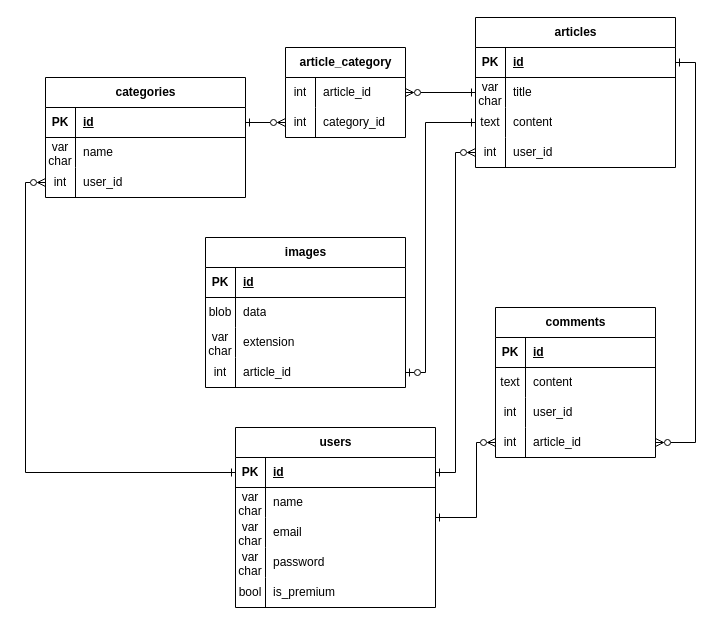
This is weblog-database.drawio from LeggyBoiTim/laravel-weblog, a draw.io file, before an edit. Source tidied: cells renumbered, new cells numbered last; positions are measured from the earlier drawing's top-left corner, leaving out a move shared by most shapes. Both pictures are drawn from the tidied source at 100%, with x=0, y=0 at pixel (25, 17).
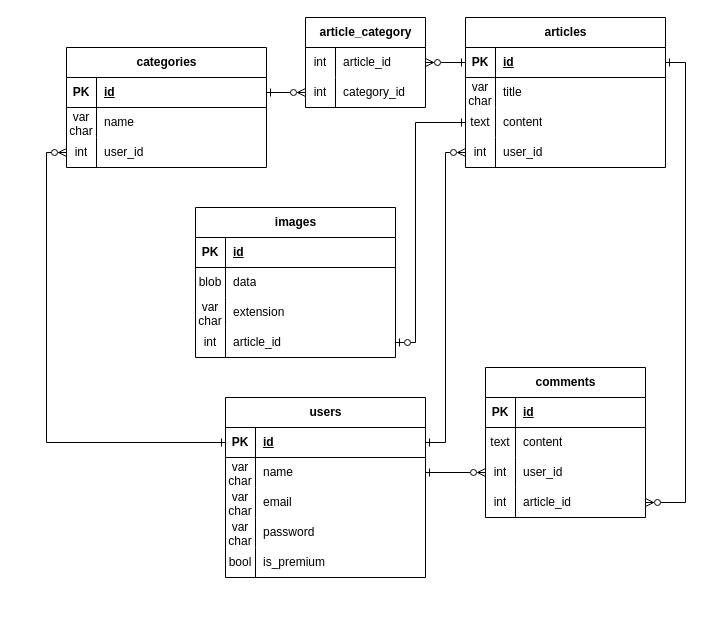
After the change.

The change refers to these unchanged cells:
```xml
<mxCell id="3" style="shape=tableRow;horizontal=0;startSize=0;swimlaneHead=0;swimlaneBody=0;fillColor=none;points=[[0,0.5],[1,0.5]];portConstraint=eastwest;top=0;left=0;right=0;bottom=1;" parent="2" vertex="1">
  <mxGeometry y="30" width="200" height="30" as="geometry" />
</mxCell>
<mxCell id="6" style="shape=tableRow;horizontal=0;startSize=0;swimlaneHead=0;swimlaneBody=0;fillColor=none;points=[[0,0.5],[1,0.5]];portConstraint=eastwest;top=0;left=0;right=0;bottom=0;" parent="2" vertex="1">
  <mxGeometry y="60" width="200" height="30" as="geometry" />
</mxCell>
<mxCell id="19" style="shape=tableRow;horizontal=0;startSize=0;swimlaneHead=0;swimlaneBody=0;fillColor=none;points=[[0,0.5],[1,0.5]];portConstraint=eastwest;top=0;left=0;right=0;bottom=1;" parent="18" vertex="1">
  <mxGeometry y="30" width="200" height="30" as="geometry" />
</mxCell>
<mxCell id="25" style="shape=tableRow;horizontal=0;startSize=0;swimlaneHead=0;swimlaneBody=0;fillColor=none;points=[[0,0.5],[1,0.5]];portConstraint=eastwest;top=0;left=0;right=0;bottom=0;" parent="18" vertex="1">
  <mxGeometry y="90" width="200" height="30" as="geometry" />
</mxCell>
<mxCell id="28" style="shape=tableRow;horizontal=0;startSize=0;swimlaneHead=0;swimlaneBody=0;fillColor=none;points=[[0,0.5],[1,0.5]];portConstraint=eastwest;top=0;left=0;right=0;bottom=0;" parent="18" vertex="1">
  <mxGeometry y="120" width="200" height="30" as="geometry" />
</mxCell>
<mxCell id="38" style="shape=tableRow;horizontal=0;startSize=0;swimlaneHead=0;swimlaneBody=0;fillColor=none;points=[[0,0.5],[1,0.5]];portConstraint=eastwest;top=0;left=0;right=0;bottom=0;" parent="31" vertex="1">
  <mxGeometry y="90" width="200" height="30" as="geometry" />
</mxCell>
<mxCell id="48" style="shape=tableRow;horizontal=0;startSize=0;swimlaneHead=0;swimlaneBody=0;fillColor=none;points=[[0,0.5],[1,0.5]];portConstraint=eastwest;top=0;left=0;right=0;bottom=0;" parent="41" vertex="1">
  <mxGeometry y="90" width="160" height="30" as="geometry" />
</mxCell>
<mxCell id="51" style="shape=tableRow;horizontal=0;startSize=0;swimlaneHead=0;swimlaneBody=0;fillColor=none;points=[[0,0.5],[1,0.5]];portConstraint=eastwest;top=0;left=0;right=0;bottom=0;" parent="41" vertex="1">
  <mxGeometry y="120" width="160" height="30" as="geometry" />
</mxCell>
<mxCell id="57" style="shape=tableRow;horizontal=0;startSize=0;swimlaneHead=0;swimlaneBody=0;fillColor=none;points=[[0,0.5],[1,0.5]];portConstraint=eastwest;top=0;left=0;right=0;bottom=0;" parent="56" vertex="1">
  <mxGeometry y="30" width="120" height="30" as="geometry" />
</mxCell>
<mxCell id="77" style="shape=tableRow;horizontal=0;startSize=0;swimlaneHead=0;swimlaneBody=0;fillColor=none;points=[[0,0.5],[1,0.5]];portConstraint=eastwest;top=0;left=0;right=0;bottom=0;" parent="67" vertex="1">
  <mxGeometry y="120" width="200" height="30" as="geometry" />
</mxCell>
```

The edit, as a diff of the source:
```diff
@@
     <mxCell id="2" value="users" style="shape=table;startSize=30;childLayout=tableLayout;rowLines=0;fontStyle=1;align=center;html=1;" parent="1" vertex="1">
-      <mxGeometry x="210" y="410" width="200" height="180" as="geometry" />
+      <mxGeometry x="200" y="380" width="200" height="180" as="geometry" />
     </mxCell>
@@
     <mxCell id="18" value="articles" style="shape=table;startSize=30;childLayout=tableLayout;rowLines=0;fontStyle=1;align=center;html=1;" parent="1" vertex="1">
-      <mxGeometry x="450" width="200" height="150" as="geometry" />
+      <mxGeometry x="440" width="200" height="150" as="geometry" />
     </mxCell>
@@
     <mxCell id="31" value="categories" style="shape=table;startSize=30;childLayout=tableLayout;rowLines=0;fontStyle=1;align=center;html=1;" parent="1" vertex="1">
-      <mxGeometry x="20" y="60" width="200" height="120" as="geometry" />
+      <mxGeometry x="41" y="30" width="200" height="120" as="geometry" />
     </mxCell>
@@
     <mxCell id="41" value="comments" style="shape=table;startSize=30;childLayout=tableLayout;rowLines=0;fontStyle=1;align=center;html=1;" parent="1" vertex="1">
-      <mxGeometry x="470" y="290" width="160" height="150" as="geometry" />
+      <mxGeometry x="460" y="350" width="160" height="150" as="geometry" />
     </mxCell>
@@
     <mxCell id="54" style="edgeStyle=orthogonalEdgeStyle;rounded=0;jettySize=auto;html=1;endArrow=ERzeroToMany;endFill=0;startArrow=ERone;startFill=0;exitX=1;exitY=0.5;exitDx=0;exitDy=0;" parent="1" edge="1" source="3" target="28">
       <mxGeometry relative="1" as="geometry">
         <Array as="points">
-          <mxPoint x="430" y="455" />
-          <mxPoint x="430" y="135" />
+          <mxPoint x="420" y="425" />
+          <mxPoint x="420" y="135" />
         </Array>
       </mxGeometry>
     </mxCell>
     <mxCell id="55" style="edgeStyle=orthogonalEdgeStyle;rounded=0;jettySize=auto;html=1;endArrow=ERzeroToMany;endFill=0;startArrow=ERone;startFill=0;entryX=0;entryY=0.5;entryDx=0;entryDy=0;exitX=0;exitY=0.5;exitDx=0;exitDy=0;" parent="1" edge="1" source="3" target="38">
       <mxGeometry relative="1" as="geometry">
         <Array as="points">
-          <mxPoint y="455" />
-          <mxPoint y="165" />
+          <mxPoint x="21" y="425" />
+          <mxPoint x="21" y="135" />
         </Array>
       </mxGeometry>
     </mxCell>
     <mxCell id="56" value="article_category" style="shape=table;startSize=30;childLayout=tableLayout;rowLines=0;fontStyle=1;align=center;html=1;" parent="1" vertex="1">
-      <mxGeometry x="260" y="30" width="120" height="90" as="geometry" />
+      <mxGeometry x="280" width="120" height="90" as="geometry" />
     </mxCell>
@@
-    <mxCell id="64" style="edgeStyle=orthogonalEdgeStyle;rounded=0;jettySize=auto;html=1;endArrow=ERzeroToMany;endFill=0;startArrow=ERone;startFill=0;" parent="1" edge="1" source="18" target="57">
+    <mxCell id="64" style="edgeStyle=orthogonalEdgeStyle;rounded=0;jettySize=auto;html=1;endArrow=ERzeroToMany;endFill=0;startArrow=ERone;startFill=0;exitX=0;exitY=0.5;exitDx=0;exitDy=0;" parent="1" edge="1" source="19" target="57">
       <mxGeometry relative="1" as="geometry" />
     </mxCell>
     <mxCell id="65" style="edgeStyle=orthogonalEdgeStyle;rounded=0;jettySize=auto;html=1;endArrow=ERzeroToMany;endFill=0;startArrow=ERone;startFill=0;entryX=1;entryY=0.5;entryDx=0;entryDy=0;" parent="1" edge="1" source="19" target="51">
       <mxGeometry relative="1" as="geometry">
         <Array as="points">
-          <mxPoint x="670" y="45" />
-          <mxPoint x="670" y="425" />
+          <mxPoint x="660" y="45" />
+          <mxPoint x="660" y="485" />
         </Array>
       </mxGeometry>
     </mxCell>
-    <mxCell id="66" style="edgeStyle=orthogonalEdgeStyle;rounded=0;jettySize=auto;html=1;endArrow=ERzeroToMany;endFill=0;startArrow=ERone;startFill=0;entryX=0;entryY=0.5;entryDx=0;entryDy=0;" parent="1" edge="1" source="2" target="51">
+    <mxCell id="66" style="edgeStyle=orthogonalEdgeStyle;rounded=0;jettySize=auto;html=1;endArrow=ERzeroToMany;endFill=0;startArrow=ERone;startFill=0;entryX=0;entryY=0.5;entryDx=0;entryDy=0;exitX=1;exitY=0.5;exitDx=0;exitDy=0;" parent="1" edge="1" source="6" target="48">
       <mxGeometry relative="1" as="geometry">
         <Array as="points">
-          <mxPoint x="451" y="500" />
-          <mxPoint x="451" y="425" />
+          <mxPoint x="461" y="455" />
+          <mxPoint x="461" y="455" />
         </Array>
       </mxGeometry>
     </mxCell>
     <mxCell id="67" value="images" style="shape=table;startSize=30;childLayout=tableLayout;rowLines=0;fontStyle=1;align=center;html=1;" parent="1" vertex="1">
-      <mxGeometry x="180" y="220" width="200" height="150" as="geometry" />
+      <mxGeometry x="170" y="190" width="200" height="150" as="geometry" />
     </mxCell>
@@
     <mxCell id="80" style="edgeStyle=orthogonalEdgeStyle;rounded=0;jettySize=auto;html=1;entryX=1;entryY=0.5;entryDx=0;entryDy=0;endArrow=ERzeroToOne;endFill=0;startArrow=ERone;startFill=0;" parent="1" edge="1" source="25" target="77">
       <mxGeometry relative="1" as="geometry">
         <Array as="points">
-          <mxPoint x="400" y="105" />
-          <mxPoint x="400" y="355" />
+          <mxPoint x="390" y="105" />
+          <mxPoint x="390" y="325" />
         </Array>
       </mxGeometry>
     </mxCell>
```
